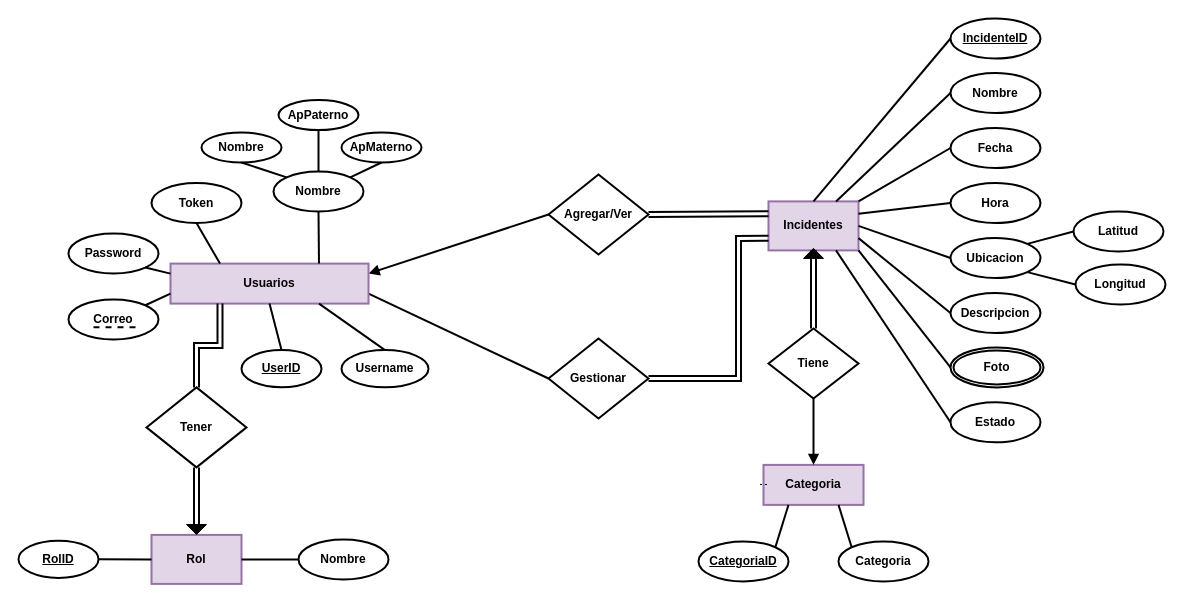
This is page "ER v1.1.3" (1 of 4) of database/diagrams/SISREP-DB-MODELOS.drawio from ingenieria-software-7009-2025-2/backendcouncil-api, a draw.io file, before an edit. Source tidied: cells renumbered, new cells numbered last; positions are measured from the earlier drawing's top-left corner, leaving out a move shared by most shapes. Both pictures are drawn from the tidied source at 100%, with x=0, y=0 at pixel (18, 18).
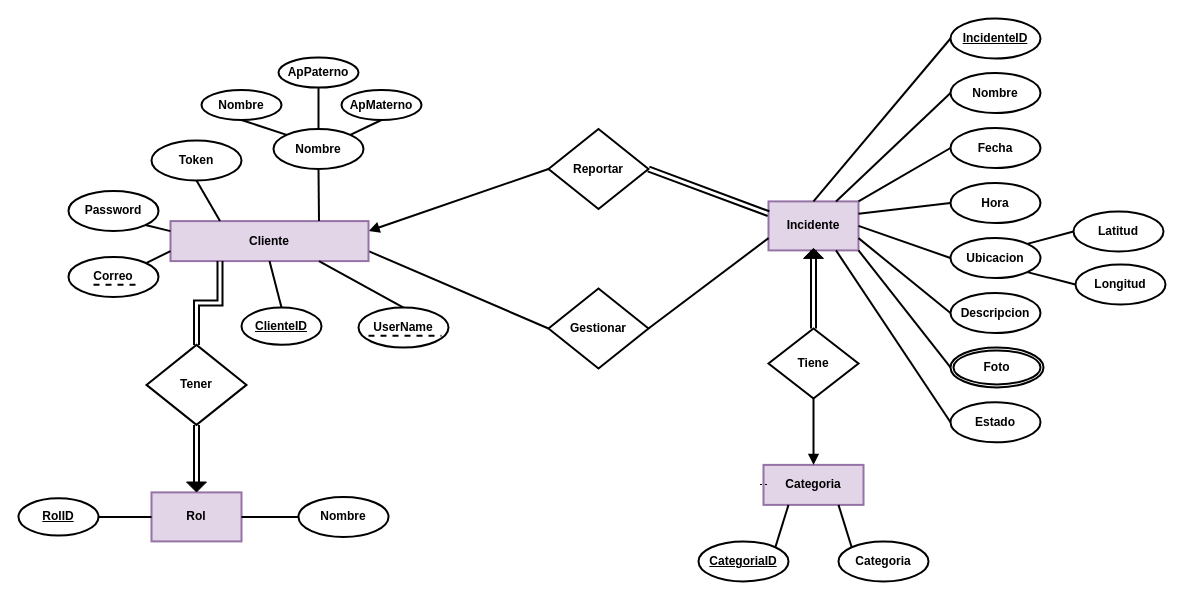
Above is the later version.

Change to the diagram source:
```diff
@@
-    <mxCell id="3" value="&lt;b&gt;Incidentes&lt;/b&gt;" style="rounded=0;whiteSpace=wrap;html=1;strokeWidth=2;fillColor=#e1d5e7;strokeColor=#9673a6;" parent="1" vertex="1">
+    <mxCell id="3" value="&lt;b&gt;Incidente&lt;/b&gt;" style="rounded=0;whiteSpace=wrap;html=1;strokeWidth=2;fillColor=#e1d5e7;strokeColor=#9673a6;" parent="1" vertex="1">
       <mxGeometry x="750" y="182.9" width="90" height="49" as="geometry" />
     </mxCell>
@@
-    <mxCell id="6" style="edgeStyle=none;shape=link;rounded=0;jettySize=auto;html=1;entryX=0;entryY=0.75;entryDx=0;entryDy=0;strokeColor=default;align=center;verticalAlign=middle;fontFamily=Helvetica;fontSize=11;fontColor=default;labelBackgroundColor=default;endArrow=none;endFill=0;strokeWidth=2;exitX=1;exitY=0.5;exitDx=0;exitDy=0;" parent="1" edge="1" source="7" target="3">
-      <mxGeometry relative="1" as="geometry">
-        <Array as="points">
-          <mxPoint x="720" y="360" />
-          <mxPoint x="720" y="220" />
-        </Array>
-      </mxGeometry>
-    </mxCell>
     <mxCell id="7" value="Gestionar" style="rhombus;whiteSpace=wrap;html=1;strokeWidth=2;fontStyle=1;" parent="1" vertex="1">
-      <mxGeometry x="530" y="320" width="100" height="80" as="geometry" />
+      <mxGeometry x="530" y="270" width="100" height="80" as="geometry" />
     </mxCell>
@@
-    <mxCell id="30" value="&lt;b&gt;Usuarios&lt;/b&gt;" style="rounded=0;whiteSpace=wrap;html=1;strokeWidth=2;fillColor=#e1d5e7;strokeColor=#9673a6;" parent="1" vertex="1">
-      <mxGeometry x="152" y="245.1" width="198" height="40" as="geometry" />
+    <mxCell id="30" value="&lt;b&gt;Cliente&lt;/b&gt;" style="rounded=0;whiteSpace=wrap;html=1;strokeWidth=2;fillColor=#e1d5e7;strokeColor=#9673a6;" parent="1" vertex="1">
+      <mxGeometry x="152" y="202.6" width="198" height="40" as="geometry" />
     </mxCell>
     <mxCell id="31" value="&lt;b&gt;Correo&lt;/b&gt;" style="ellipse;whiteSpace=wrap;html=1;strokeWidth=2;" parent="1" vertex="1">
-      <mxGeometry x="50" y="280.9" width="90" height="40" as="geometry" />
+      <mxGeometry x="50" y="238.4" width="90" height="40" as="geometry" />
     </mxCell>
     <mxCell id="32" value="&lt;b&gt;Password&lt;/b&gt;" style="ellipse;whiteSpace=wrap;html=1;strokeWidth=2;" parent="1" vertex="1">
-      <mxGeometry x="50" y="214.9" width="90" height="40" as="geometry" />
+      <mxGeometry x="50" y="172.4" width="90" height="40" as="geometry" />
     </mxCell>
     <mxCell id="33" style="endArrow=none;dashed=1;html=1;rounded=0;strokeWidth=2;" parent="1" edge="1">
       <mxGeometry relative="1" as="geometry">
-        <mxPoint x="75" y="308.8" as="sourcePoint" />
-        <mxPoint x="117" y="308.8" as="targetPoint" />
+        <mxPoint x="75" y="266.2" as="sourcePoint" />
+        <mxPoint x="117" y="266.2" as="targetPoint" />
       </mxGeometry>
     </mxCell>
@@
-    <mxCell id="36" value="&lt;b&gt;&lt;u&gt;UserID&lt;/u&gt;&lt;/b&gt;" style="ellipse;whiteSpace=wrap;html=1;strokeWidth=2;" parent="1" vertex="1">
-      <mxGeometry x="223" y="331.6" width="80" height="37.2" as="geometry" />
+    <mxCell id="36" value="&lt;b&gt;&lt;u&gt;ClienteID&lt;/u&gt;&lt;/b&gt;" style="ellipse;whiteSpace=wrap;html=1;strokeWidth=2;" parent="1" vertex="1">
+      <mxGeometry x="223" y="289.1" width="80" height="37.2" as="geometry" />
     </mxCell>
@@
     <mxCell id="38" value="&lt;b&gt;Nombre&lt;/b&gt;" style="ellipse;whiteSpace=wrap;html=1;strokeWidth=2;" parent="1" vertex="1">
-      <mxGeometry x="255" y="153" width="90" height="40" as="geometry" />
+      <mxGeometry x="255" y="110.5" width="90" height="40" as="geometry" />
     </mxCell>
@@
     <mxCell id="40" value="&lt;b&gt;Nombre&lt;/b&gt;" style="ellipse;whiteSpace=wrap;html=1;strokeWidth=2;" parent="1" vertex="1">
-      <mxGeometry x="183" y="114" width="80" height="30" as="geometry" />
+      <mxGeometry x="183" y="71.5" width="80" height="30" as="geometry" />
     </mxCell>
     <mxCell id="41" value="&lt;b&gt;ApMaterno&lt;/b&gt;" style="ellipse;whiteSpace=wrap;html=1;strokeWidth=2;" parent="1" vertex="1">
-      <mxGeometry x="323" y="114" width="80" height="30" as="geometry" />
+      <mxGeometry x="323" y="71.5" width="80" height="30" as="geometry" />
     </mxCell>
     <mxCell id="42" value="&lt;b&gt;ApPaterno&lt;/b&gt;" style="ellipse;whiteSpace=wrap;html=1;strokeWidth=2;" parent="1" vertex="1">
-      <mxGeometry x="260" y="81.6" width="80" height="30" as="geometry" />
+      <mxGeometry x="260" y="39.1" width="80" height="30" as="geometry" />
     </mxCell>
@@
-    <mxCell id="54" value="&lt;span style=&quot;font-size: 12.000001px;&quot;&gt;Agregar/Ver&lt;/span&gt;" style="rhombus;whiteSpace=wrap;html=1;strokeWidth=2;fontStyle=1;" parent="1" vertex="1">
-      <mxGeometry x="530" y="156" width="100" height="80" as="geometry" />
+    <mxCell id="54" value="&lt;span style=&quot;font-size: 12px;&quot;&gt;Reportar&lt;/span&gt;" style="rhombus;whiteSpace=wrap;html=1;strokeWidth=2;fontStyle=1;" parent="1" vertex="1">
+      <mxGeometry x="530" y="110.5" width="100" height="80" as="geometry" />
     </mxCell>
@@
     <mxCell id="56" value="&lt;b&gt;Rol&lt;/b&gt;" style="rounded=0;whiteSpace=wrap;html=1;strokeWidth=2;fillColor=#e1d5e7;strokeColor=#9673a6;" parent="1" vertex="1">
-      <mxGeometry x="133" y="516.4" width="90" height="49" as="geometry" />
+      <mxGeometry x="133" y="473.9" width="90" height="49" as="geometry" />
     </mxCell>
     <mxCell id="57" value="&lt;span style=&quot;font-size: 12.000001px;&quot;&gt;Tener&lt;/span&gt;" style="rhombus;whiteSpace=wrap;html=1;strokeWidth=2;fontStyle=1;" parent="1" vertex="1">
-      <mxGeometry x="128" y="368.9" width="100" height="80" as="geometry" />
+      <mxGeometry x="128" y="326.4" width="100" height="80" as="geometry" />
     </mxCell>
     <mxCell id="58" style="endArrow=block;html=1;rounded=0;strokeWidth=2;entryX=0.5;entryY=0;entryDx=0;entryDy=0;exitX=0.5;exitY=1;exitDx=0;exitDy=0;endFill=1;shape=link;edgeStyle=orthogonalEdgeStyle;" parent="1" edge="1" source="57">
       <mxGeometry relative="1" as="geometry">
-        <mxPoint x="178" y="507.4" as="targetPoint" />
+        <mxPoint x="178" y="464.9" as="targetPoint" />
       </mxGeometry>
     </mxCell>
     <mxCell id="59" style="triangle;whiteSpace=wrap;html=1;rotation=90;fillColor=#000000;" parent="1" vertex="1">
-      <mxGeometry x="173" y="501" width="10" height="20" as="geometry" />
+      <mxGeometry x="173" y="458.5" width="10" height="20" as="geometry" />
     </mxCell>
     <mxCell id="60" value="&lt;b&gt;&lt;u&gt;RolID&lt;/u&gt;&lt;/b&gt;" style="ellipse;whiteSpace=wrap;html=1;strokeWidth=2;" parent="1" vertex="1">
-      <mxGeometry y="522.2" width="80" height="37.2" as="geometry" />
+      <mxGeometry y="479.8" width="80" height="37.2" as="geometry" />
     </mxCell>
@@
     <mxCell id="62" value="&lt;b&gt;Nombre&lt;/b&gt;" style="ellipse;whiteSpace=wrap;html=1;strokeWidth=2;" parent="1" vertex="1">
-      <mxGeometry x="280" y="520.9" width="90" height="40" as="geometry" />
+      <mxGeometry x="280" y="478.4" width="90" height="40" as="geometry" />
     </mxCell>
@@
     <mxCell id="65" value="&lt;b&gt;Token&lt;/b&gt;" style="ellipse;whiteSpace=wrap;html=1;strokeWidth=2;" parent="1" vertex="1">
-      <mxGeometry x="133" y="164.5" width="90" height="40" as="geometry" />
+      <mxGeometry x="133" y="122" width="90" height="40" as="geometry" />
     </mxCell>
-    <mxCell id="66" value="&lt;b&gt;Username&lt;/b&gt;" style="ellipse;whiteSpace=wrap;html=1;strokeWidth=2;" parent="1" vertex="1">
-      <mxGeometry x="323" y="331.6" width="87" height="37.2" as="geometry" />
-    </mxCell>
-    <mxCell id="67" style="rounded=0;jettySize=auto;html=1;entryX=0.5;entryY=0;entryDx=0;entryDy=0;endArrow=none;endFill=0;exitX=0.75;exitY=1;exitDx=0;exitDy=0;strokeWidth=2;" parent="1" edge="1" source="30" target="66">
+    <mxCell id="67" style="rounded=0;jettySize=auto;html=1;entryX=0.5;entryY=0;entryDx=0;entryDy=0;endArrow=none;endFill=0;exitX=0.75;exitY=1;exitDx=0;exitDy=0;strokeWidth=2;" parent="1" edge="1" source="30" target="68">
       <mxGeometry relative="1" as="geometry" />
     </mxCell>
+    <mxCell id="68" value="&lt;b&gt;UserName&lt;/b&gt;" style="ellipse;whiteSpace=wrap;html=1;strokeWidth=2;" parent="1" vertex="1">
+      <mxGeometry x="340" y="289.1" width="90" height="40" as="geometry" />
+    </mxCell>
+    <mxCell id="69" style="endArrow=none;dashed=1;html=1;rounded=0;strokeWidth=2;" parent="1" edge="1">
+      <mxGeometry relative="1" as="geometry">
+        <mxPoint x="350" y="317.3" as="sourcePoint" />
+        <mxPoint x="423" y="317.3" as="targetPoint" />
+      </mxGeometry>
+    </mxCell>
+    <mxCell id="6" style="rounded=0;jettySize=auto;html=1;entryX=0;entryY=0.75;entryDx=0;entryDy=0;endArrow=none;endFill=0;startArrow=none;startFill=0;strokeWidth=2;exitX=1;exitY=0.5;exitDx=0;exitDy=0;" parent="1" edge="1" source="7" target="3">
+      <mxGeometry relative="1" as="geometry" />
+    </mxCell>
```
